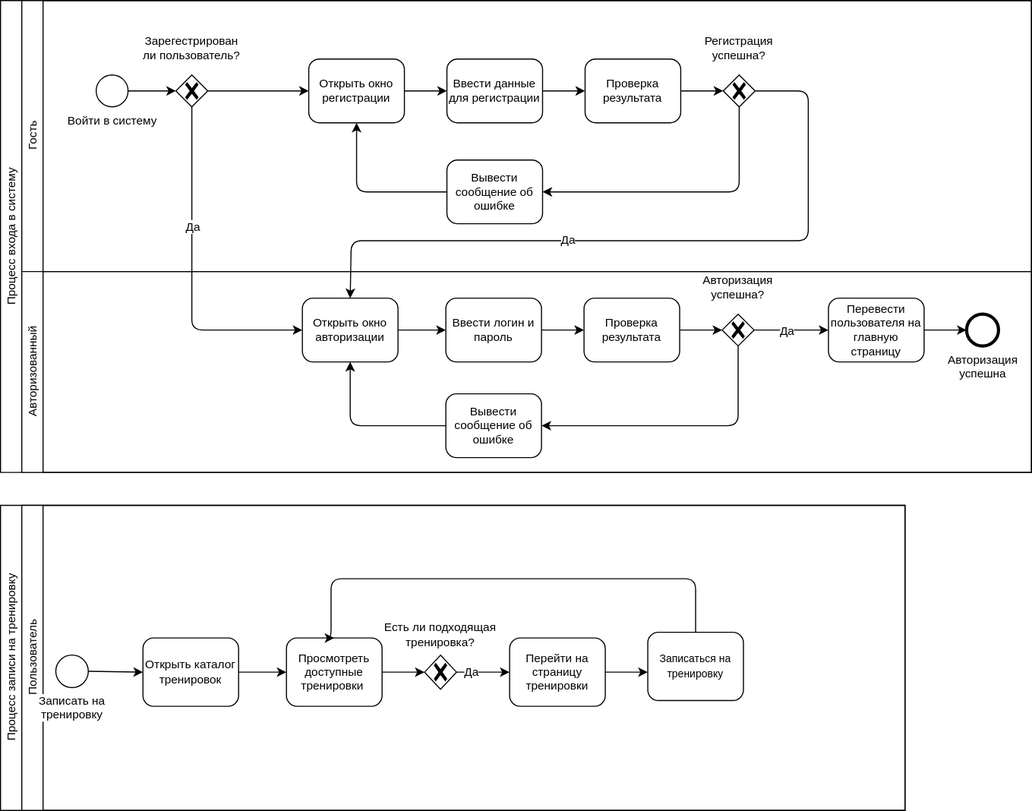
Above: schemes/bl.svg in DestroyFolly/SoftwareEngineering (draw.io), before the change. Source tidied: cells renumbered, new cells last; positions are measured from the earlier drawing's top-left corner, leaving out a move shared by most shapes.
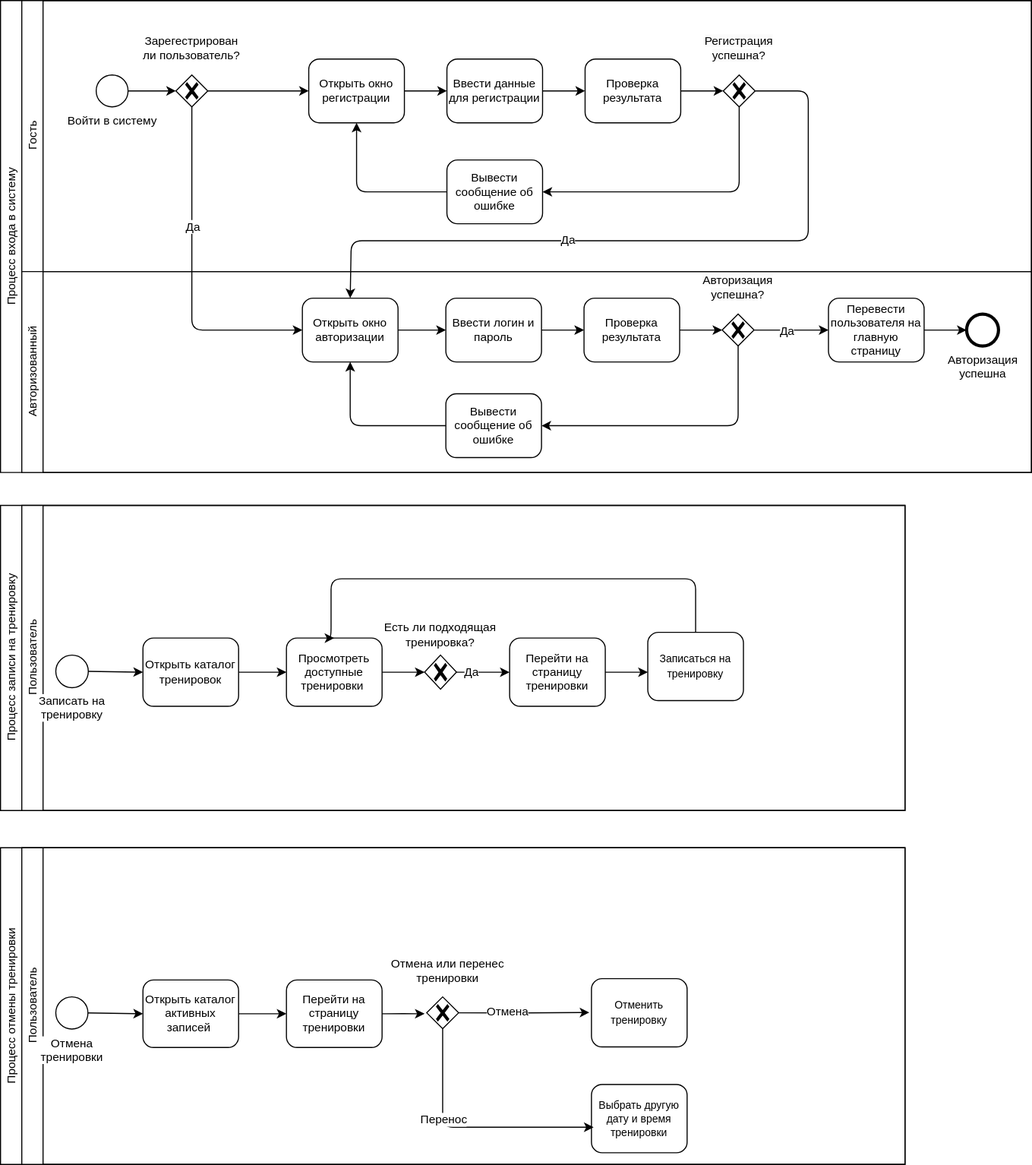
The same diagram one commit later.

Commit message:
cancellation was added

What changed in the source:
```diff
@@ -194,5 +194,70 @@
         </Array>
       </mxGeometry>
     </mxCell>
+    <mxCell id="58" value="Процесс отмены тренировки" style="swimlane;html=1;horizontal=0;startSize=20;whiteSpace=wrap;fontStyle=0;fontFamily=Helvetica;fontSize=11;" parent="1" vertex="1">
+      <mxGeometry y="797" width="851" height="298" as="geometry" />
+    </mxCell>
+    <mxCell id="59" value="Пользователь" style="swimlane;html=1;startSize=20;horizontal=0;fontStyle=0;fontFamily=Helvetica;fontSize=11;" parent="58" vertex="1">
+      <mxGeometry x="20" width="831" height="298" as="geometry" />
+    </mxCell>
+    <mxCell id="60" style="group;" parent="59" vertex="1">
+      <mxGeometry x="49" y="98" width="630" height="90" as="geometry" />
+    </mxCell>
+    <mxCell id="61" value="Отмена&lt;br&gt;тренировки" style="points=[[0.145,0.145,0],[0.5,0,0],[0.855,0.145,0],[1,0.5,0],[0.855,0.855,0],[0.5,1,0],[0.145,0.855,0],[0,0.5,0]];shape=mxgraph.bpmn.event;html=1;verticalLabelPosition=bottom;labelBackgroundColor=#ffffff;verticalAlign=top;align=center;perimeter=ellipsePerimeter;outlineConnect=0;outline=standard;symbol=general;fontFamily=Helvetica;fontSize=11;" parent="60" vertex="1">
+      <mxGeometry x="-17" y="42.3" width="30.3" height="30.3" as="geometry" />
+    </mxCell>
+    <mxCell id="62" value="Открыть каталог активных записей&amp;nbsp;" style="points=[[0.25,0,0],[0.5,0,0],[0.75,0,0],[1,0.25,0],[1,0.5,0],[1,0.75,0],[0.75,1,0],[0.5,1,0],[0.25,1,0],[0,0.75,0],[0,0.5,0],[0,0.25,0]];shape=mxgraph.bpmn.task;whiteSpace=wrap;rectStyle=rounded;size=10;html=1;taskMarker=abstract;fontFamily=Helvetica;fontSize=11;" parent="60" vertex="1">
+      <mxGeometry x="65" y="26.5" width="90" height="63.5" as="geometry" />
+    </mxCell>
+    <mxCell id="63" style="edgeStyle=orthogonalEdgeStyle;shape=connector;rounded=1;jettySize=auto;html=1;exitX=1;exitY=0.5;exitDx=0;exitDy=0;exitPerimeter=0;entryX=0;entryY=0.5;entryDx=0;entryDy=0;entryPerimeter=0;labelBackgroundColor=default;strokeColor=default;align=center;verticalAlign=middle;fontFamily=Helvetica;fontSize=11;fontColor=default;endArrow=classic;" parent="60" edge="1" source="61" target="62">
+      <mxGeometry relative="1" as="geometry">
+        <Array as="points">
+          <mxPoint x="14" y="58.4" />
+        </Array>
+      </mxGeometry>
+    </mxCell>
+    <mxCell id="64" style="edgeStyle=orthogonalEdgeStyle;shape=connector;rounded=1;jettySize=auto;html=1;exitX=1;exitY=0.5;exitDx=0;exitDy=0;exitPerimeter=0;entryX=0;entryY=0.5;entryDx=0;entryDy=0;entryPerimeter=0;labelBackgroundColor=default;strokeColor=default;align=center;verticalAlign=middle;fontFamily=Helvetica;fontSize=11;fontColor=default;endArrow=classic;" parent="60" edge="1" source="62" target="65">
+      <mxGeometry relative="1" as="geometry" />
+    </mxCell>
+    <mxCell id="65" value="Перейти на страницу тренировки" style="points=[[0.25,0,0],[0.5,0,0],[0.75,0,0],[1,0.25,0],[1,0.5,0],[1,0.75,0],[0.75,1,0],[0.5,1,0],[0.25,1,0],[0,0.75,0],[0,0.5,0],[0,0.25,0]];shape=mxgraph.bpmn.task;whiteSpace=wrap;rectStyle=rounded;size=10;html=1;taskMarker=abstract;fontFamily=Helvetica;fontSize=11;" parent="60" vertex="1">
+      <mxGeometry x="200" y="26.5" width="90" height="63.5" as="geometry" />
+    </mxCell>
+    <mxCell id="66" style="edgeStyle=orthogonalEdgeStyle;rounded=0;jettySize=auto;html=1;exitX=1;exitY=0.5;exitDx=0;exitDy=0;exitPerimeter=0;entryX=0;entryY=0.5;entryDx=0;entryDy=0;entryPerimeter=0;" parent="60" edge="1" source="65">
+      <mxGeometry relative="1" as="geometry">
+        <mxPoint x="330" y="58.2" as="targetPoint" />
+      </mxGeometry>
+    </mxCell>
+    <mxCell id="67" value="Отмена или перенес тренировки" style="text;html=1;strokeColor=none;fillColor=none;align=center;verticalAlign=middle;whiteSpace=wrap;rounded=0;fontSize=11;" parent="60" vertex="1">
+      <mxGeometry x="297" y="3" width="110" height="30" as="geometry" />
+    </mxCell>
+    <mxCell id="68" style="points=[[0.25,0.25,0],[0.5,0,0],[0.75,0.25,0],[1,0.5,0],[0.75,0.75,0],[0.5,1,0],[0.25,0.75,0],[0,0.5,0]];shape=mxgraph.bpmn.gateway2;html=1;verticalLabelPosition=bottom;labelBackgroundColor=#ffffff;verticalAlign=top;align=center;perimeter=rhombusPerimeter;outlineConnect=0;outline=none;symbol=none;gwType=exclusive;fontSize=11;" parent="60" vertex="1">
+      <mxGeometry x="332" y="42.4" width="30" height="30" as="geometry" />
+    </mxCell>
+    <mxCell id="69" style="edgeStyle=orthogonalEdgeStyle;rounded=0;jettySize=auto;html=1;exitX=1;exitY=0.5;exitDx=0;exitDy=0;exitPerimeter=0;fontSize=11;" parent="60" edge="1" source="68">
+      <mxGeometry relative="1" as="geometry">
+        <mxPoint x="485" y="57" as="targetPoint" />
+      </mxGeometry>
+    </mxCell>
+    <mxCell id="70" value="Отмена" style="edgeLabel;html=1;align=center;verticalAlign=middle;" parent="69" vertex="1">
+      <mxGeometry x="-0.27" y="2" relative="1" as="geometry" />
+    </mxCell>
+    <mxCell id="71" value="&lt;font style=&quot;font-size: 10px;&quot;&gt;Отменить тренировку&lt;/font&gt;" style="shape=mxgraph.bpmn.task;whiteSpace=wrap;rectStyle=rounded;size=10;html=1;taskMarker=abstract;fontFamily=Helvetica;fontSize=11;" parent="60" vertex="1">
+      <mxGeometry x="487" y="25.2" width="90" height="64.2" as="geometry" />
+    </mxCell>
+    <mxCell id="72" value="&lt;font style=&quot;font-size: 10px;&quot;&gt;Выбрать другую дату и время тренировки&lt;/font&gt;" style="points=[[0.25,0,0],[0.5,0,0],[0.75,0,0],[1,0.25,0],[1,0.5,0],[1,0.75,0],[0.75,1,0],[0.5,1,0],[0.25,1,0],[0,0.75,0],[0,0.5,0],[0,0.25,0]];shape=mxgraph.bpmn.task;whiteSpace=wrap;rectStyle=rounded;size=10;html=1;taskMarker=abstract;fontFamily=Helvetica;fontSize=11;" parent="59" vertex="1">
+      <mxGeometry x="536" y="222.8" width="90" height="64.2" as="geometry" />
+    </mxCell>
+    <mxCell id="73" style="edgeStyle=orthogonalEdgeStyle;rounded=1;jettySize=auto;html=1;exitX=0.5;exitY=1;exitDx=0;exitDy=0;exitPerimeter=0;fontSize=11;entryX=0.022;entryY=0.626;entryDx=0;entryDy=0;entryPerimeter=0;" parent="59" edge="1" source="68" target="72">
+      <mxGeometry relative="1" as="geometry">
+        <Array as="points">
+          <mxPoint x="396" y="263" />
+        </Array>
+      </mxGeometry>
+    </mxCell>
+    <mxCell id="74" value="Перенос" style="edgeLabel;html=1;align=center;verticalAlign=middle;fontSize=11;" parent="73" vertex="1">
+      <mxGeometry x="-0.32" y="1" relative="1" as="geometry">
+        <mxPoint x="-1" y="6" as="offset" />
+      </mxGeometry>
+    </mxCell>
   </root>
 </mxGraphModel>
```
